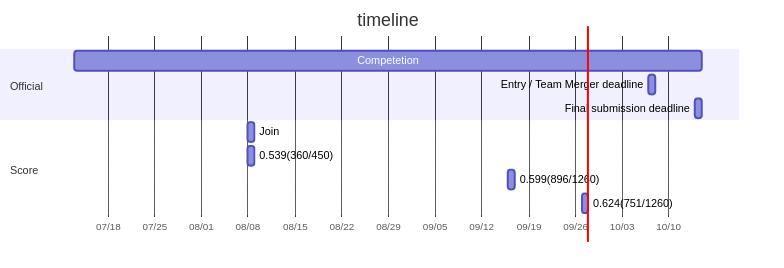
The Mermaid diagram assets/diagram.png in mmiyahara/kaggle-brain-tumor, before a commit. Its source is kept beside it as assets/diagram.mmd.
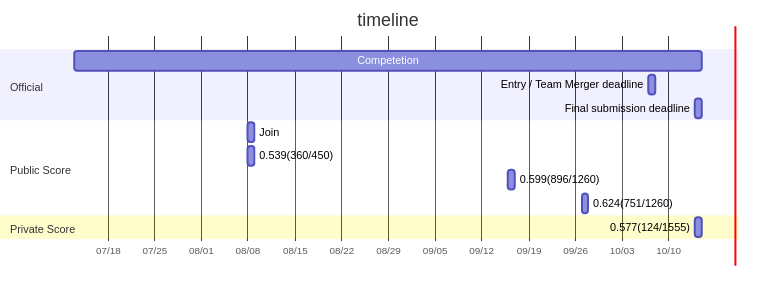
Above is the later version.

What changed in the source:
```diff
@@ -7,8 +7,11 @@
   Entry / Team Merger deadline: a3, 2021-10-07, 2021-10-08
   Final submission deadline: a2, 2021-10-14, 2021-10-15
 
-  section Score
+  section Public Score
   Join:2021-08-08, 2021-08-09
   0.539(360/450): 2021-08-08, 2021-08-09
   0.599(896/1260): 2021-09-16, 2021-09-17
   0.624(751/1260): 2021-09-27, 2021-09-28
+
+  section Private Score
+  0.577(124/1555): 2021-10-14, 2021-10-15
```
